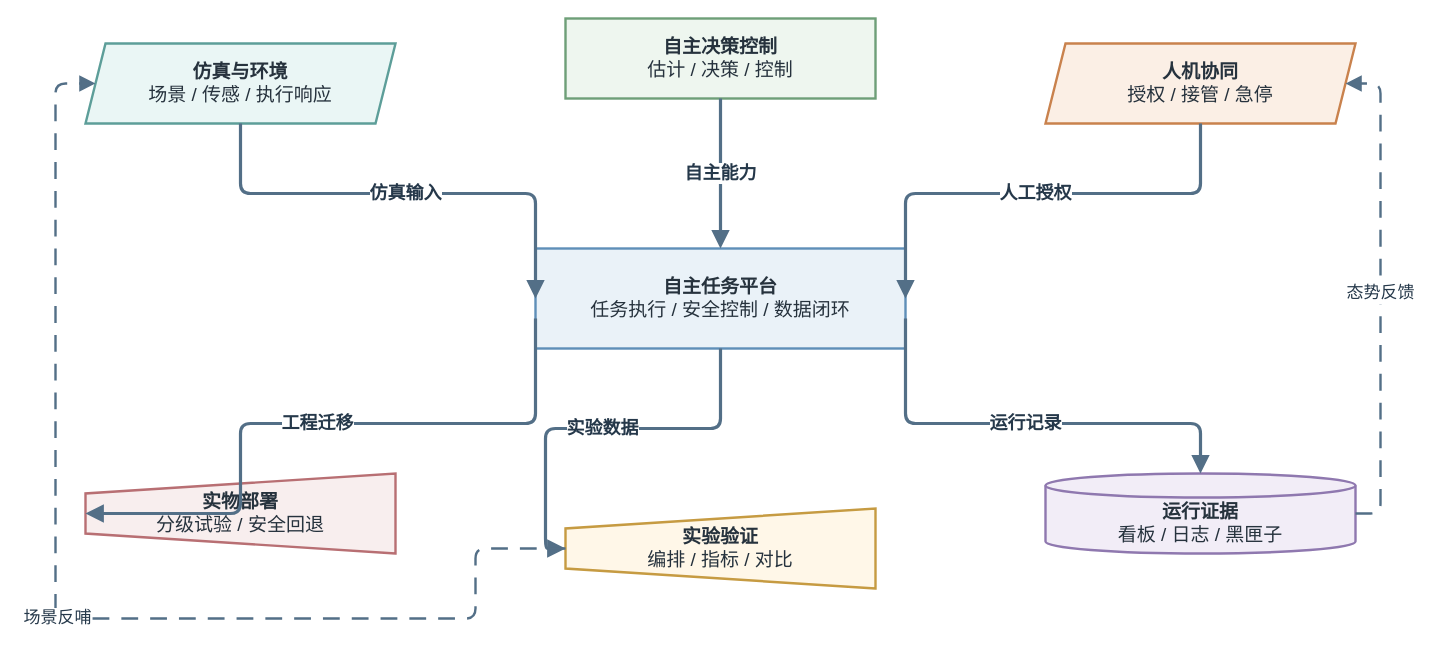
This is thesis/figures/architecture/auv_system_capability_map.drawio from 360ZMEM/AUV-Master-Mag, a draw.io file, before an edit. Source tidied: cells renumbered, new cells numbered last; positions are measured from the earlier drawing's top-left corner, leaving out a move shared by most shapes. Both pictures are drawn from the tidied source at 100%, with x=0, y=0 at pixel (55, 18).
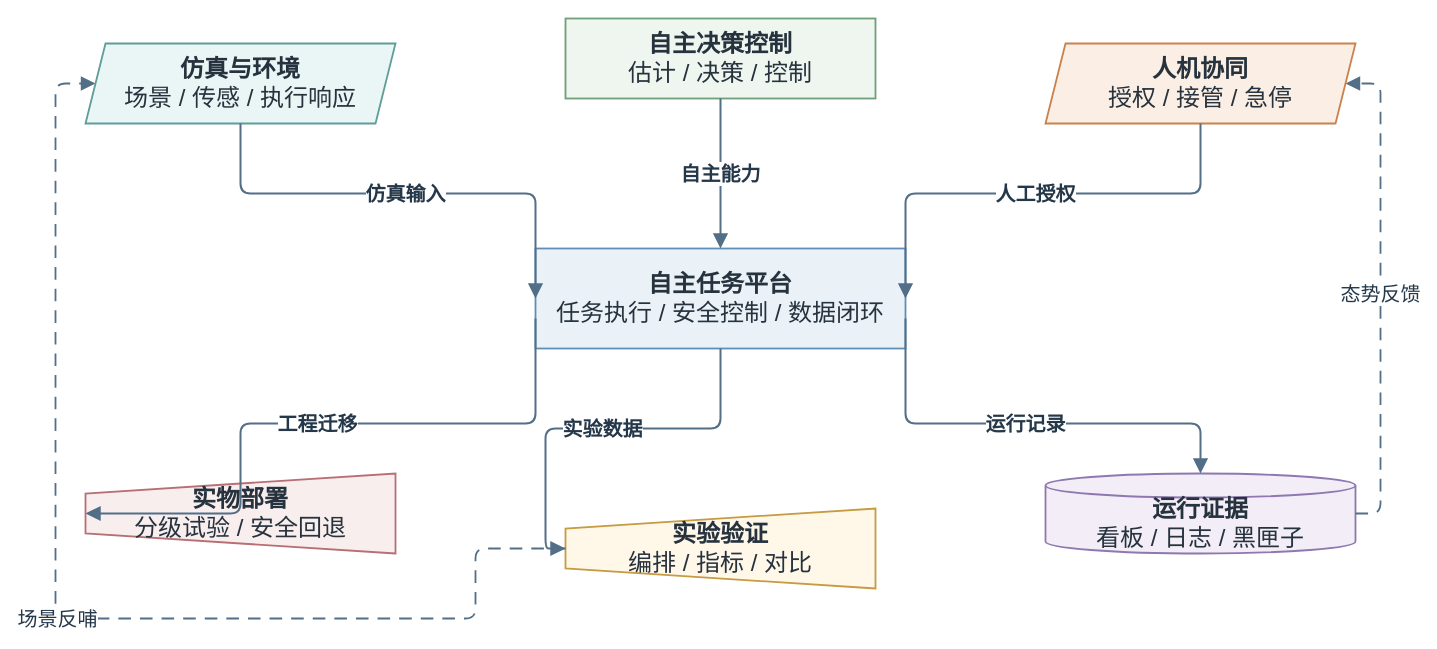
After the change.

Change to the diagram source:
```diff
@@
-    <mxCell id="2" value="&lt;b&gt;自主任务平台&lt;/b&gt;&lt;br&gt;任务执行 / 安全控制 / 数据闭环" style="rounded=0;whiteSpace=wrap;html=1;align=center;verticalAlign=middle;fillColor=#EAF2F8;strokeColor=#5F8FB8;strokeWidth=2.4;spacing=8;fontFamily=Songti SC;fontSize=19;fontColor=#26323D;" parent="1" vertex="1">
+    <mxCell id="2" value="&lt;b&gt;自主任务平台&lt;/b&gt;&lt;br&gt;任务执行 / 安全控制 / 数据闭环" style="rounded=0;whiteSpace=wrap;html=1;align=center;verticalAlign=middle;fillColor=#EAF2F8;strokeColor=#5F8FB8;strokeWidth=1.8;spacing=8;fontFamily=Songti SC;fontSize=24;fontColor=#26323D;" parent="1" vertex="1">
       <mxGeometry x="480" y="230" width="370" height="100" as="geometry" />
     </mxCell>
-    <mxCell id="3" value="&lt;b&gt;仿真与环境&lt;/b&gt;&lt;br&gt;场景 / 传感 / 执行响应" style="shape=parallelogram;perimeter=parallelogramPerimeter;fixedSize=1;whiteSpace=wrap;html=1;align=center;verticalAlign=middle;fillColor=#EAF6F5;strokeColor=#5D9E99;strokeWidth=2.4;spacing=8;fontFamily=Songti SC;fontSize=19;fontColor=#26323D;" parent="1" vertex="1">
+    <mxCell id="3" value="&lt;b&gt;仿真与环境&lt;/b&gt;&lt;br&gt;场景 / 传感 / 执行响应" style="shape=parallelogram;perimeter=parallelogramPerimeter;fixedSize=1;whiteSpace=wrap;html=1;align=center;verticalAlign=middle;fillColor=#EAF6F5;strokeColor=#5D9E99;strokeWidth=1.8;spacing=8;fontFamily=Songti SC;fontSize=24;fontColor=#26323D;" parent="1" vertex="1">
       <mxGeometry x="30" y="25" width="310" height="80" as="geometry" />
     </mxCell>
-    <mxCell id="4" value="&lt;b&gt;自主决策控制&lt;/b&gt;&lt;br&gt;估计 / 决策 / 控制" style="rounded=0;whiteSpace=wrap;html=1;align=center;verticalAlign=middle;fillColor=#EEF6EF;strokeColor=#6E9F78;strokeWidth=2.4;spacing=8;fontFamily=Songti SC;fontSize=19;fontColor=#26323D;" parent="1" vertex="1">
+    <mxCell id="4" value="&lt;b&gt;自主决策控制&lt;/b&gt;&lt;br&gt;估计 / 决策 / 控制" style="rounded=0;whiteSpace=wrap;html=1;align=center;verticalAlign=middle;fillColor=#EEF6EF;strokeColor=#6E9F78;strokeWidth=1.8;spacing=8;fontFamily=Songti SC;fontSize=24;fontColor=#26323D;" parent="1" vertex="1">
       <mxGeometry x="510" width="310" height="80" as="geometry" />
     </mxCell>
-    <mxCell id="5" value="&lt;b&gt;人机协同&lt;/b&gt;&lt;br&gt;授权 / 接管 / 急停" style="shape=parallelogram;perimeter=parallelogramPerimeter;fixedSize=1;whiteSpace=wrap;html=1;align=center;verticalAlign=middle;fillColor=#FBEFE5;strokeColor=#C9824D;strokeWidth=2.4;spacing=8;fontFamily=Songti SC;fontSize=19;fontColor=#26323D;" parent="1" vertex="1">
+    <mxCell id="5" value="&lt;b&gt;人机协同&lt;/b&gt;&lt;br&gt;授权 / 接管 / 急停" style="shape=parallelogram;perimeter=parallelogramPerimeter;fixedSize=1;whiteSpace=wrap;html=1;align=center;verticalAlign=middle;fillColor=#FBEFE5;strokeColor=#C9824D;strokeWidth=1.8;spacing=8;fontFamily=Songti SC;fontSize=24;fontColor=#26323D;" parent="1" vertex="1">
       <mxGeometry x="990" y="25" width="310" height="80" as="geometry" />
     </mxCell>
-    <mxCell id="6" value="&lt;b&gt;实物部署&lt;/b&gt;&lt;br&gt;分级试验 / 安全回退" style="shape=trapezoid;perimeter=trapezoidPerimeter;fixedSize=1;direction=north;whiteSpace=wrap;html=1;align=center;verticalAlign=middle;fillColor=#F8EEEE;strokeColor=#B86F73;strokeWidth=2.4;spacing=8;fontFamily=Songti SC;fontSize=19;fontColor=#26323D;" parent="1" vertex="1">
+    <mxCell id="6" value="&lt;b&gt;实物部署&lt;/b&gt;&lt;br&gt;分级试验 / 安全回退" style="shape=trapezoid;perimeter=trapezoidPerimeter;fixedSize=1;direction=north;whiteSpace=wrap;html=1;align=center;verticalAlign=middle;fillColor=#F8EEEE;strokeColor=#B86F73;strokeWidth=1.8;spacing=8;fontFamily=Songti SC;fontSize=24;fontColor=#26323D;" parent="1" vertex="1">
       <mxGeometry x="30" y="455" width="310" height="80" as="geometry" />
     </mxCell>
-    <mxCell id="7" value="&lt;b&gt;实验验证&lt;/b&gt;&lt;br&gt;编排 / 指标 / 对比" style="shape=trapezoid;perimeter=trapezoidPerimeter;fixedSize=1;direction=north;whiteSpace=wrap;html=1;align=center;verticalAlign=middle;fillColor=#FFF7E8;strokeColor=#C69B42;strokeWidth=2.4;spacing=8;fontFamily=Songti SC;fontSize=19;fontColor=#26323D;" parent="1" vertex="1">
+    <mxCell id="7" value="&lt;b&gt;实验验证&lt;/b&gt;&lt;br&gt;编排 / 指标 / 对比" style="shape=trapezoid;perimeter=trapezoidPerimeter;fixedSize=1;direction=north;whiteSpace=wrap;html=1;align=center;verticalAlign=middle;fillColor=#FFF7E8;strokeColor=#C69B42;strokeWidth=1.8;spacing=8;fontFamily=Songti SC;fontSize=24;fontColor=#26323D;" parent="1" vertex="1">
       <mxGeometry x="510" y="490" width="310" height="80" as="geometry" />
     </mxCell>
-    <mxCell id="8" value="&lt;b&gt;运行证据&lt;/b&gt;&lt;br&gt;看板 / 日志 / 黑匣子" style="shape=cylinder3;boundedLbl=1;backgroundOutline=1;size=12;whiteSpace=wrap;html=1;align=center;verticalAlign=middle;fillColor=#F2EDF7;strokeColor=#8F78AF;strokeWidth=2.4;spacing=8;fontFamily=Songti SC;fontSize=19;fontColor=#26323D;" parent="1" vertex="1">
+    <mxCell id="8" value="&lt;b&gt;运行证据&lt;/b&gt;&lt;br&gt;看板 / 日志 / 黑匣子" style="shape=cylinder3;boundedLbl=1;backgroundOutline=1;size=12;whiteSpace=wrap;html=1;align=center;verticalAlign=middle;fillColor=#F2EDF7;strokeColor=#8F78AF;strokeWidth=1.8;spacing=8;fontFamily=Songti SC;fontSize=24;fontColor=#26323D;" parent="1" vertex="1">
       <mxGeometry x="990" y="455" width="310" height="80" as="geometry" />
     </mxCell>
-    <mxCell id="9" value="仿真输入" style="edgeStyle=orthogonalEdgeStyle;rounded=1;jettySize=auto;html=1;strokeColor=#536F87;strokeWidth=3.2;fontFamily=Songti SC;fontSize=18;fontStyle=1;fontColor=#25384A;labelBackgroundColor=#FFFFFF;labelBorderColor=none;endArrow=block;endFill=1;endSize=10;exitX=0.5;exitY=1;entryX=0;entryY=0.5;" parent="1" edge="1" source="3" target="2">
+    <mxCell id="9" value="仿真输入" style="edgeStyle=orthogonalEdgeStyle;rounded=1;jettySize=auto;html=1;strokeColor=#536F87;strokeWidth=2.0;fontFamily=Songti SC;fontSize=20;fontStyle=1;fontColor=#25384A;labelBackgroundColor=#FFFFFF;labelBorderColor=none;endArrow=block;endFill=1;endSize=10;exitX=0.5;exitY=1;entryX=0;entryY=0.5;" parent="1" edge="1" source="3" target="2">
       <mxGeometry relative="1" as="geometry">
         <Array as="points">
           <mxPoint x="185" y="175" />
           <mxPoint x="480" y="280" />
         </Array>
       </mxGeometry>
     </mxCell>
-    <mxCell id="10" value="自主能力" style="edgeStyle=orthogonalEdgeStyle;rounded=1;jettySize=auto;html=1;strokeColor=#536F87;strokeWidth=3.2;fontFamily=Songti SC;fontSize=18;fontStyle=1;fontColor=#25384A;labelBackgroundColor=#FFFFFF;labelBorderColor=none;endArrow=block;endFill=1;endSize=10;exitX=0.5;exitY=1;entryX=0.5;entryY=0;" parent="1" edge="1" source="4" target="2">
+    <mxCell id="10" value="自主能力" style="edgeStyle=orthogonalEdgeStyle;rounded=1;jettySize=auto;html=1;strokeColor=#536F87;strokeWidth=2.0;fontFamily=Songti SC;fontSize=20;fontStyle=1;fontColor=#25384A;labelBackgroundColor=#FFFFFF;labelBorderColor=none;endArrow=block;endFill=1;endSize=10;exitX=0.5;exitY=1;entryX=0.5;entryY=0;" parent="1" edge="1" source="4" target="2">
       <mxGeometry relative="1" as="geometry" />
     </mxCell>
-    <mxCell id="11" value="人工授权" style="edgeStyle=orthogonalEdgeStyle;rounded=1;jettySize=auto;html=1;strokeColor=#536F87;strokeWidth=3.2;fontFamily=Songti SC;fontSize=18;fontStyle=1;fontColor=#25384A;labelBackgroundColor=#FFFFFF;labelBorderColor=none;endArrow=block;endFill=1;endSize=10;exitX=0.5;exitY=1;entryX=1;entryY=0.5;" parent="1" edge="1" source="5" target="2">
+    <mxCell id="11" value="人工授权" style="edgeStyle=orthogonalEdgeStyle;rounded=1;jettySize=auto;html=1;strokeColor=#536F87;strokeWidth=2.0;fontFamily=Songti SC;fontSize=20;fontStyle=1;fontColor=#25384A;labelBackgroundColor=#FFFFFF;labelBorderColor=none;endArrow=block;endFill=1;endSize=10;exitX=0.5;exitY=1;entryX=1;entryY=0.5;" parent="1" edge="1" source="5" target="2">
       <mxGeometry relative="1" as="geometry">
         <Array as="points">
           <mxPoint x="1145" y="175" />
           <mxPoint x="850" y="280" />
         </Array>
       </mxGeometry>
     </mxCell>
-    <mxCell id="12" value="工程迁移" style="edgeStyle=orthogonalEdgeStyle;rounded=1;jettySize=auto;html=1;strokeColor=#536F87;strokeWidth=3.2;fontFamily=Songti SC;fontSize=18;fontStyle=1;fontColor=#25384A;labelBackgroundColor=#FFFFFF;labelBorderColor=none;endArrow=block;endFill=1;endSize=10;exitX=0;exitY=0.7;entryX=0.5;entryY=0;" parent="1" edge="1" source="2" target="6">
+    <mxCell id="12" value="工程迁移" style="edgeStyle=orthogonalEdgeStyle;rounded=1;jettySize=auto;html=1;strokeColor=#536F87;strokeWidth=2.0;fontFamily=Songti SC;fontSize=20;fontStyle=1;fontColor=#25384A;labelBackgroundColor=#FFFFFF;labelBorderColor=none;endArrow=block;endFill=1;endSize=10;exitX=0;exitY=0.7;entryX=0.5;entryY=0;" parent="1" edge="1" source="2" target="6">
       <mxGeometry relative="1" as="geometry">
         <Array as="points">
           <mxPoint x="480" y="405" />
           <mxPoint x="185" y="405" />
         </Array>
       </mxGeometry>
     </mxCell>
-    <mxCell id="13" value="实验数据" style="edgeStyle=orthogonalEdgeStyle;rounded=1;jettySize=auto;html=1;strokeColor=#536F87;strokeWidth=3.2;fontFamily=Songti SC;fontSize=18;fontStyle=1;fontColor=#25384A;labelBackgroundColor=#FFFFFF;labelBorderColor=none;endArrow=block;endFill=1;endSize=10;exitX=0.5;exitY=1;entryX=0.5;entryY=0;" parent="1" edge="1" source="2" target="7">
+    <mxCell id="13" value="实验数据" style="edgeStyle=orthogonalEdgeStyle;rounded=1;jettySize=auto;html=1;strokeColor=#536F87;strokeWidth=2.0;fontFamily=Songti SC;fontSize=20;fontStyle=1;fontColor=#25384A;labelBackgroundColor=#FFFFFF;labelBorderColor=none;endArrow=block;endFill=1;endSize=10;exitX=0.5;exitY=1;entryX=0.5;entryY=0;" parent="1" edge="1" source="2" target="7">
       <mxGeometry relative="1" as="geometry" />
     </mxCell>
-    <mxCell id="14" value="运行记录" style="edgeStyle=orthogonalEdgeStyle;rounded=1;jettySize=auto;html=1;strokeColor=#536F87;strokeWidth=3.2;fontFamily=Songti SC;fontSize=18;fontStyle=1;fontColor=#25384A;labelBackgroundColor=#FFFFFF;labelBorderColor=none;endArrow=block;endFill=1;endSize=10;exitX=1;exitY=0.7;entryX=0.5;entryY=0;" parent="1" edge="1" source="2" target="8">
+    <mxCell id="14" value="运行记录" style="edgeStyle=orthogonalEdgeStyle;rounded=1;jettySize=auto;html=1;strokeColor=#536F87;strokeWidth=2.0;fontFamily=Songti SC;fontSize=20;fontStyle=1;fontColor=#25384A;labelBackgroundColor=#FFFFFF;labelBorderColor=none;endArrow=block;endFill=1;endSize=10;exitX=1;exitY=0.7;entryX=0.5;entryY=0;" parent="1" edge="1" source="2" target="8">
       <mxGeometry relative="1" as="geometry">
         <Array as="points">
           <mxPoint x="850" y="405" />
           <mxPoint x="1145" y="405" />
         </Array>
       </mxGeometry>
     </mxCell>
-    <mxCell id="15" value="场景反哺" style="edgeStyle=orthogonalEdgeStyle;rounded=1;jettySize=auto;html=1;strokeColor=#536F87;strokeWidth=2.4;fontFamily=Songti SC;fontSize=17;fontColor=#25384A;labelBackgroundColor=#FFFFFF;labelBorderColor=none;endArrow=block;endFill=1;endSize=10;dashed=1;dashPattern=7 5;exitX=0;entryX=0;" parent="1" edge="1" source="7" target="3">
+    <mxCell id="15" value="场景反哺" style="edgeStyle=orthogonalEdgeStyle;rounded=1;jettySize=auto;html=1;strokeColor=#536F87;strokeWidth=1.8;fontFamily=Songti SC;fontSize=20;fontColor=#25384A;labelBackgroundColor=#FFFFFF;labelBorderColor=none;endArrow=block;endFill=1;endSize=10;dashed=1;dashPattern=7 5;exitX=0;entryX=0;" parent="1" edge="1" source="7" target="3">
       <mxGeometry relative="1" as="geometry">
         <Array as="points">
           <mxPoint x="420" y="600" />
           <mxPoint y="600" />
           <mxPoint y="65" />
         </Array>
       </mxGeometry>
     </mxCell>
-    <mxCell id="16" value="态势反馈" style="edgeStyle=orthogonalEdgeStyle;rounded=1;jettySize=auto;html=1;strokeColor=#536F87;strokeWidth=2.4;fontFamily=Songti SC;fontSize=17;fontColor=#25384A;labelBackgroundColor=#FFFFFF;labelBorderColor=none;endArrow=block;endFill=1;endSize=10;dashed=1;dashPattern=7 5;exitX=1;entryX=1;" parent="1" edge="1" source="8" target="5">
+    <mxCell id="16" value="态势反馈" style="edgeStyle=orthogonalEdgeStyle;rounded=1;jettySize=auto;html=1;strokeColor=#536F87;strokeWidth=1.8;fontFamily=Songti SC;fontSize=20;fontColor=#25384A;labelBackgroundColor=#FFFFFF;labelBorderColor=none;endArrow=block;endFill=1;endSize=10;dashed=1;dashPattern=7 5;exitX=1;entryX=1;" parent="1" edge="1" source="8" target="5">
       <mxGeometry relative="1" as="geometry">
         <Array as="points">
           <mxPoint x="1325" y="495" />
           <mxPoint x="1325" y="65" />
         </Array>
       </mxGeometry>
     </mxCell>
```
